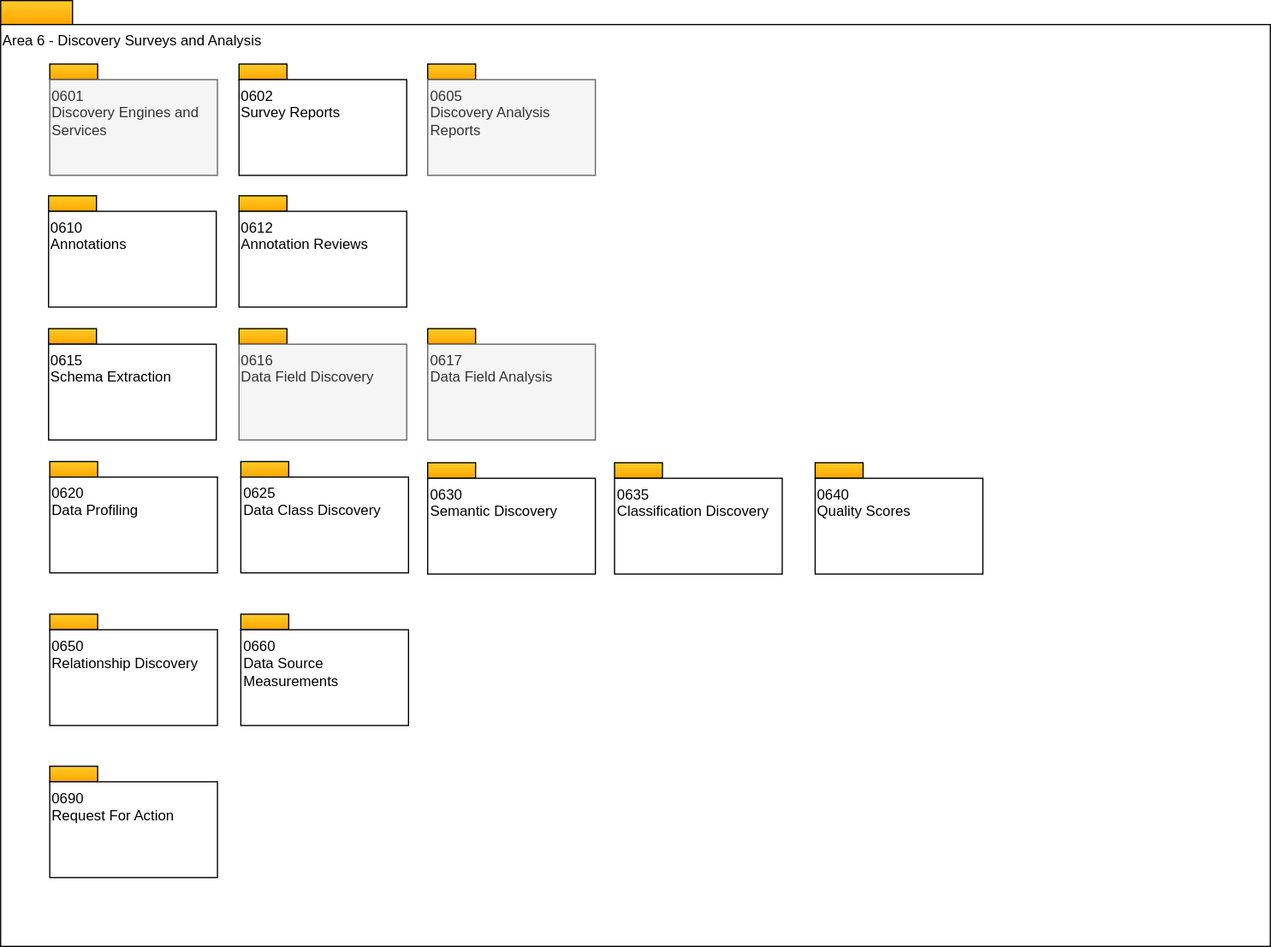
The draw.io diagram site/docs/types/6/area-6-discovery-overview.svg in odpi/egeria-docs, before a commit. Source tidied: cells renumbered, new cells last; positions are measured from the earlier drawing's top-left corner, leaving out a move shared by most shapes.
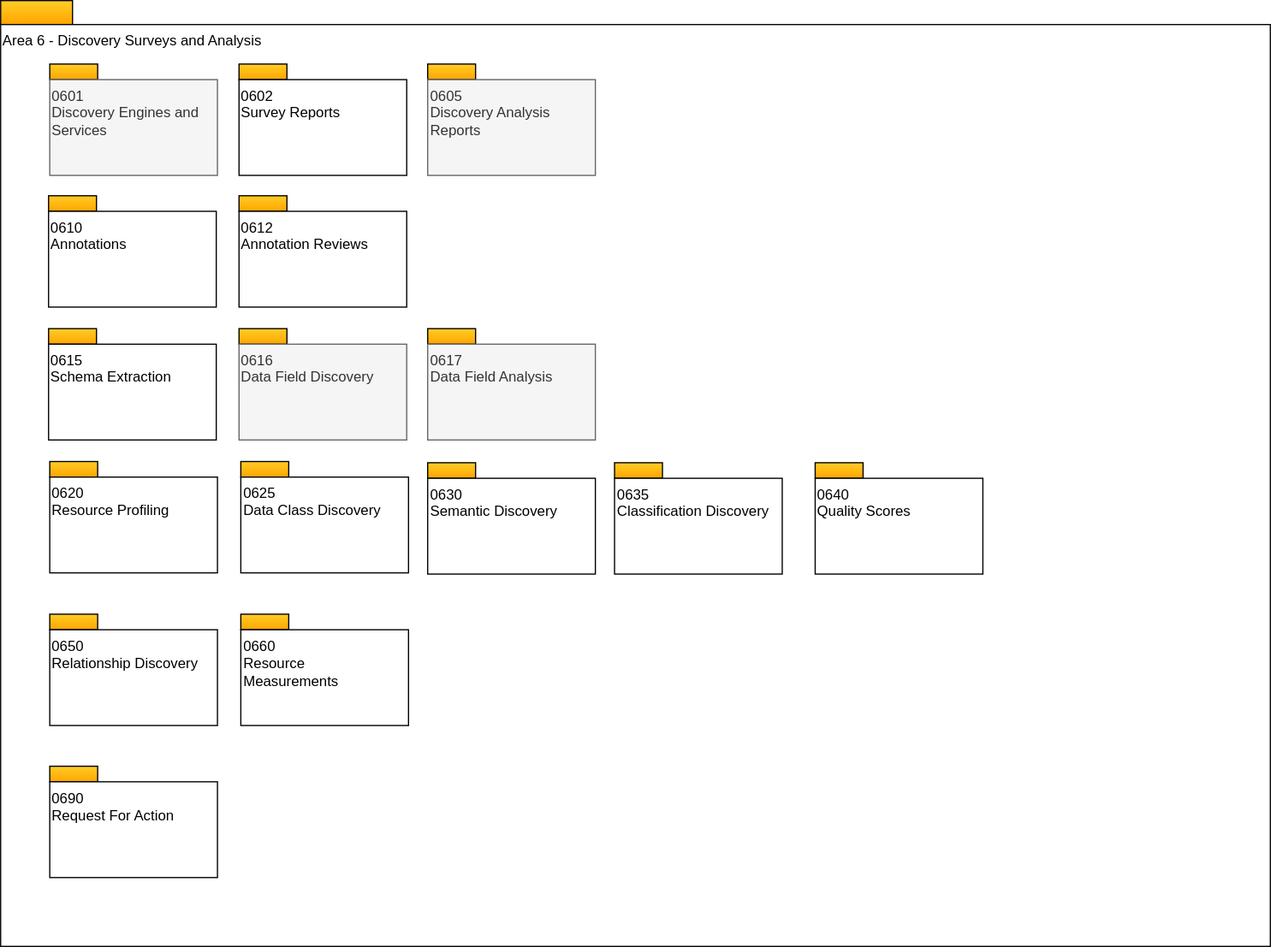
After the change.

Change to the diagram source:
```diff
@@ -29,7 +29,7 @@
     <mxCell id="10" style="rounded=0;whiteSpace=wrap;html=1;align=left;fillColor=#ffcd28;strokeColor=#000000;gradientColor=#ffa500;" parent="1" vertex="1">
       <mxGeometry x="41" y="385" width="40" height="13" as="geometry" />
     </mxCell>
-    <mxCell id="11" value="0620&lt;br&gt;Data Profiling&lt;br&gt;" style="rounded=0;whiteSpace=wrap;html=1;align=left;verticalAlign=top;" parent="1" vertex="1">
+    <mxCell id="11" value="0620&lt;br&gt;Resource Profiling" style="rounded=0;whiteSpace=wrap;html=1;align=left;verticalAlign=top;" parent="1" vertex="1">
       <mxGeometry x="41" y="398" width="140" height="80" as="geometry" />
     </mxCell>
     <mxCell id="12" style="rounded=0;whiteSpace=wrap;html=1;align=left;fillColor=#ffcd28;strokeColor=#000000;gradientColor=#ffa500;" parent="1" vertex="1">
@@ -59,7 +59,7 @@
     <mxCell id="20" style="rounded=0;whiteSpace=wrap;html=1;align=left;fillColor=#ffcd28;strokeColor=#000000;gradientColor=#ffa500;" parent="1" vertex="1">
       <mxGeometry x="200.5" y="512.5" width="40" height="13" as="geometry" />
     </mxCell>
-    <mxCell id="21" value="0660&lt;br&gt;Data Source Measurements&lt;br&gt;" style="rounded=0;whiteSpace=wrap;html=1;align=left;verticalAlign=top;" parent="1" vertex="1">
+    <mxCell id="21" value="0660&lt;br&gt;Resource &lt;br&gt;Measurements" style="rounded=0;whiteSpace=wrap;html=1;align=left;verticalAlign=top;" parent="1" vertex="1">
       <mxGeometry x="200.5" y="525.5" width="140" height="80" as="geometry" />
     </mxCell>
     <mxCell id="22" style="rounded=0;whiteSpace=wrap;html=1;align=left;fillColor=#ffcd28;strokeColor=#000000;gradientColor=#ffa500;" parent="1" vertex="1">
```
